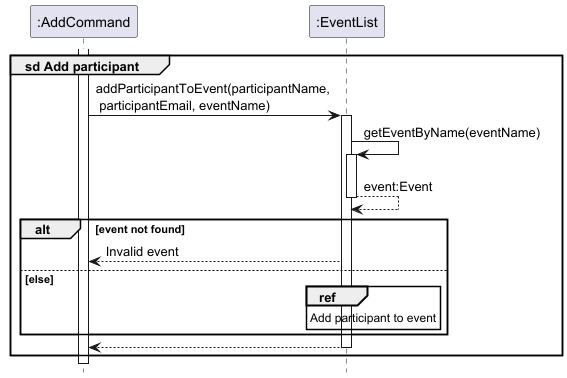
This is docs/images/AddParticipantSequenceDiagram.png from nus-cs2113-AY2425S1/tp, a PlantUML export, as it was before one commit. Its diagram source:
```plantuml
@startuml
!include style.puml
hide footbox

participant ":AddCommand" as command
participant ":EventList" as eventList

group sd Add participant
    activate command
    command -> eventList : addParticipantToEvent(participantName,\n participantEmail, eventName)
    activate eventList

    eventList -> eventList : getEventByName(eventName)
    activate eventList

    return event:Event

    alt event not found
        eventList --> command : Invalid event
    else else
        ref over eventList : Add participant to event
    end

    return
end
@enduml
```
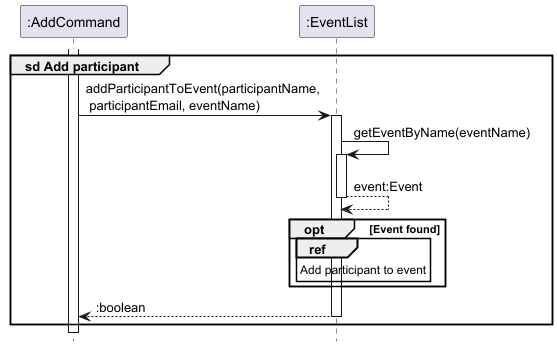
After the commit.

Change to the diagram source:
```diff
@@ -15,12 +15,10 @@
 
     return event:Event
 
-    alt event not found
-        eventList --> command : Invalid event
-    else else
+    opt Event found
         ref over eventList : Add participant to event
     end
 
-    return
+    return :boolean
 end
 @enduml
```
